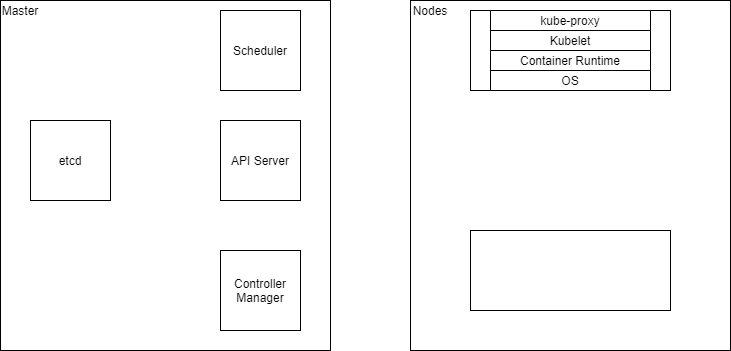
Above: images/Kubernetes-detailed.png in malliparitala/kubernetes-samples (draw.io), before the change. Source tidied: cells renumbered, new cells last; positions are measured from the earlier drawing's top-left corner, leaving out a move shared by most shapes.
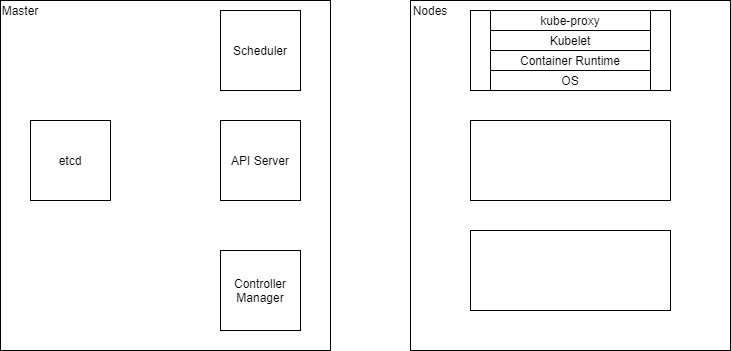
Above is the later version.

Change to the diagram source:
```diff
@@ -29,6 +29,9 @@
     <mxCell id="10" style="rounded=0;whiteSpace=wrap;html=1;" parent="1" vertex="1">
       <mxGeometry x="470" y="10" width="200" height="80" as="geometry" />
     </mxCell>
+    <mxCell id="16" style="rounded=0;whiteSpace=wrap;html=1;" parent="1" vertex="1">
+      <mxGeometry x="470" y="120" width="200" height="80" as="geometry" />
+    </mxCell>
     <mxCell id="11" style="rounded=0;whiteSpace=wrap;html=1;" parent="1" vertex="1">
       <mxGeometry x="470" y="230" width="200" height="80" as="geometry" />
     </mxCell>
```
